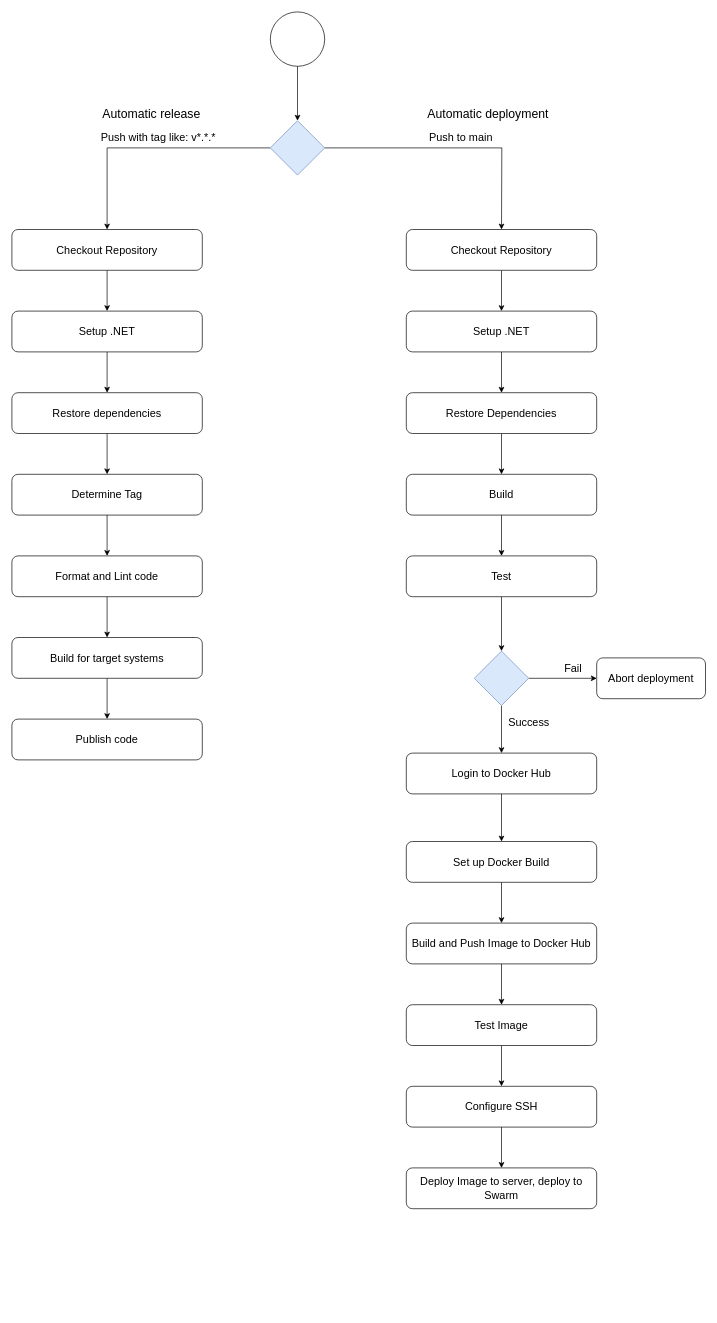
ITU-DevOps2024-Ben10/ITU-minitwit keeps this draw.io diagram as report/Images/WorkflowDiagram.drawio. Above is the earlier version. Source tidied: cells renumbered, new cells numbered last; positions are measured from the earlier drawing's top-left corner, leaving out a move shared by most shapes. Both pictures are drawn from the tidied source at 68%, with x=0, y=0 at pixel (12, 12).
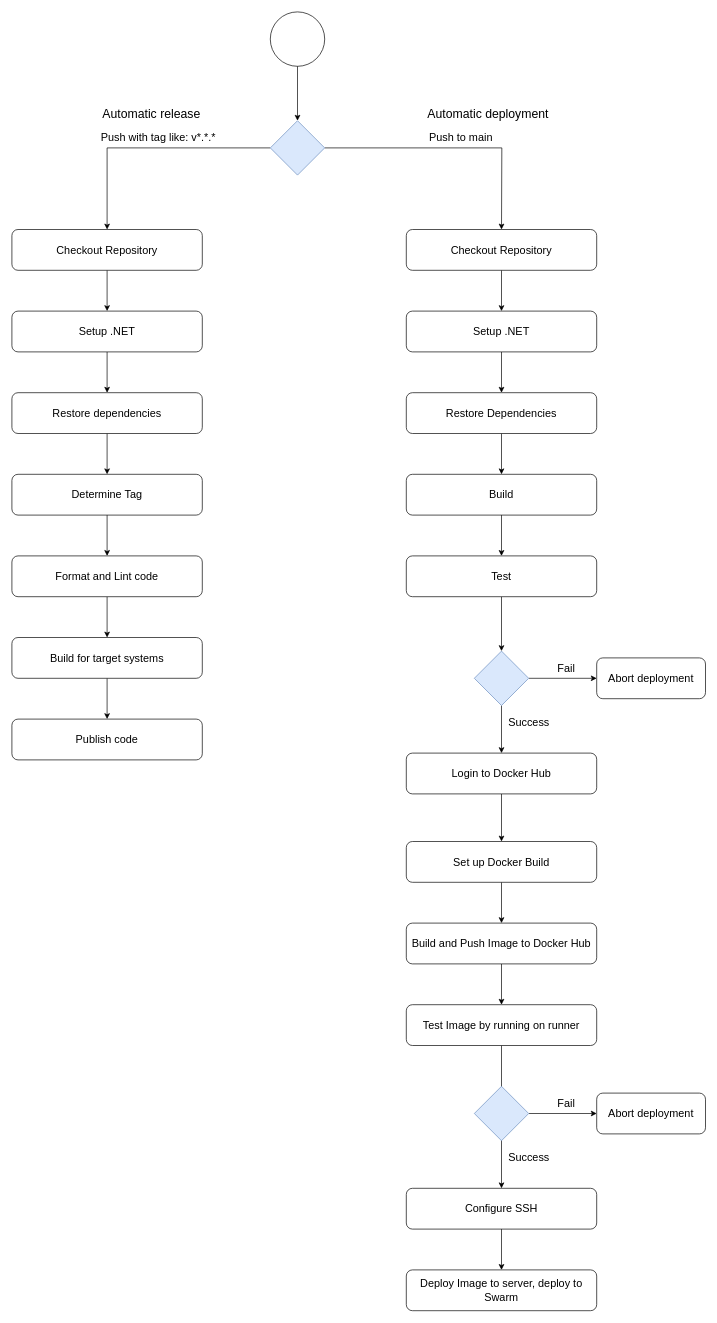
The same page after the edit.

Diff of the diagram source:
```diff
@@
-    <mxCell id="45" value="Test Image" style="rounded=1;whiteSpace=wrap;html=1;fontSize=16;" parent="1" vertex="1">
+    <mxCell id="45" value="Test Image by running on runner" style="rounded=1;whiteSpace=wrap;html=1;fontSize=16;" parent="1" vertex="1">
       <mxGeometry x="580" y="1460" width="280" height="60" as="geometry" />
     </mxCell>
@@
     <mxCell id="47" value="Configure SSH" style="rounded=1;whiteSpace=wrap;html=1;fontSize=16;" parent="1" vertex="1">
-      <mxGeometry x="580" y="1580" width="280" height="60" as="geometry" />
+      <mxGeometry x="580" y="1730" width="280" height="60" as="geometry" />
     </mxCell>
     <mxCell id="48" value="Deploy Image to server, deploy to Swarm" style="rounded=1;whiteSpace=wrap;html=1;fontSize=16;" parent="1" vertex="1">
-      <mxGeometry x="580" y="1700" width="280" height="60" as="geometry" />
+      <mxGeometry x="580" y="1850" width="280" height="60" as="geometry" />
     </mxCell>
     <mxCell id="49" value="Fail" style="text;html=1;align=center;verticalAlign=middle;strokeColor=none;fillColor=none;fontSize=16;" parent="1" vertex="1">
-      <mxGeometry x="800" y="950" width="50" height="30" as="geometry" />
+      <mxGeometry x="790" y="950" width="50" height="30" as="geometry" />
     </mxCell>
@@
+    <mxCell id="51" style="edgeStyle=orthogonalEdgeStyle;rounded=0;jettySize=auto;html=1;entryX=0;entryY=0.5;entryDx=0;entryDy=0;" parent="1" edge="1" source="52" target="55">
+      <mxGeometry relative="1" as="geometry" />
+    </mxCell>
+    <mxCell id="52" style="rhombus;whiteSpace=wrap;html=1;fillColor=#dae8fc;strokeColor=#6c8ebf;" parent="1" vertex="1">
+      <mxGeometry x="680" y="1580" width="80" height="80" as="geometry" />
+    </mxCell>
+    <mxCell id="53" value="Fail" style="text;html=1;align=center;verticalAlign=middle;strokeColor=none;fillColor=none;fontSize=16;" parent="1" vertex="1">
+      <mxGeometry x="790" y="1590" width="50" height="30" as="geometry" />
+    </mxCell>
+    <mxCell id="54" value="Success" style="text;html=1;align=center;verticalAlign=middle;strokeColor=none;fillColor=none;fontSize=16;" parent="1" vertex="1">
+      <mxGeometry x="720" y="1670" width="80" height="30" as="geometry" />
+    </mxCell>
+    <mxCell id="55" value="Abort deployment" style="rounded=1;whiteSpace=wrap;html=1;fontSize=16;" parent="1" vertex="1">
+      <mxGeometry x="860" y="1590" width="160" height="60" as="geometry" />
+    </mxCell>
```
